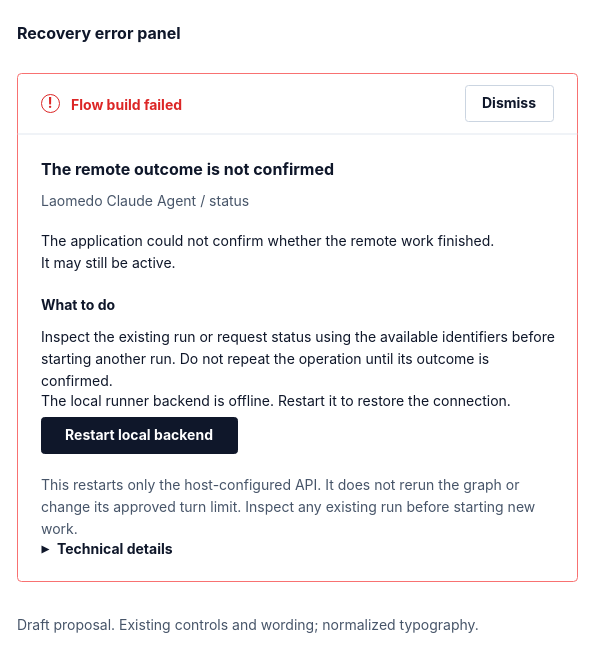
Before: page "Normalized panel" (1 of 4) of projects/laomedo/subsystems/agent-execution/design/local-runner-recovery.drawio in amadou-6e/specs, a draw.io diagram. Source tidied: cells renumbered, new cells numbered last; positions are measured from the earlier drawing's top-left corner, leaving out a move shared by most shapes. Both pictures are drawn from the tidied source at 100%, with x=0, y=0 at pixel (17, 17).
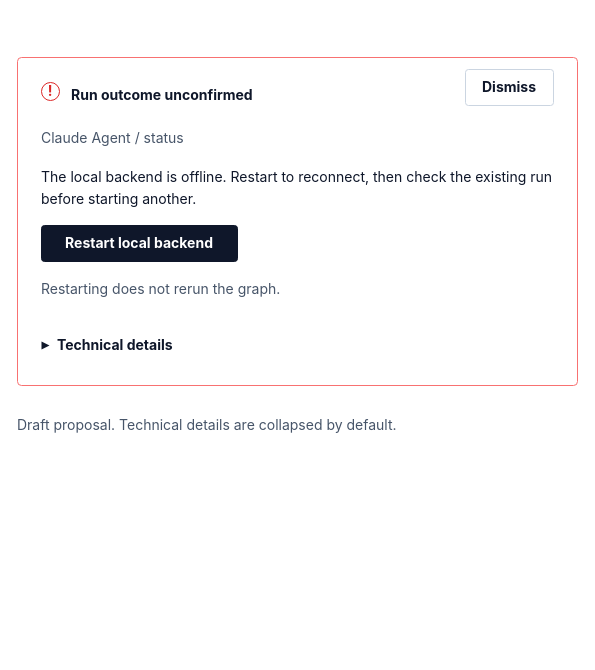
The same page after the edit.

Commit message (it also covers changes not shown here):
Streamline recovery panel copy and typography

The edit, as a diff of the source:
```diff
@@
 <mxGraphModel>
   <root>
     <mxCell id="0" />
     <mxCell id="1" parent="0" />
-    <mxCell id="2" value="&lt;div style=&quot;line-height:22px;&quot;&gt;Recovery error panel&lt;/div&gt;" style="text;fontFamily=Inter,Arial,sans-serif;fontSize=16;whiteSpace=wrap;html=1;strokeColor=none;fillColor=none;align=left;verticalAlign=top;spacing=0;fontColor=#0F172A;fontStyle=1;" parent="1" vertex="1">
-      <mxGeometry width="560" height="24" as="geometry" />
-    </mxCell>
     <mxCell id="3" style="fontFamily=Inter,Arial,sans-serif;fontSize=14;whiteSpace=wrap;html=1;rounded=1;arcSize=8;absoluteArcSize=1;fillColor=#FFFFFF;strokeColor=#F87171;strokeWidth=1;" parent="1" vertex="1">
-      <mxGeometry y="56" width="560" height="508" as="geometry" />
+      <mxGeometry y="40" width="560" height="328" as="geometry" />
     </mxCell>
     <mxCell id="4" value="!" style="ellipse;fontFamily=Inter,Arial,sans-serif;fontSize=14;whiteSpace=wrap;html=1;fillColor=#FFFFFF;strokeColor=#DC2626;fontColor=#DC2626;fontStyle=1;align=center;verticalAlign=middle;" parent="1" vertex="1">
-      <mxGeometry x="24" y="77" width="18" height="18" as="geometry" />
+      <mxGeometry x="24" y="65" width="18" height="18" as="geometry" />
     </mxCell>
-    <mxCell id="5" value="&lt;div style=&quot;line-height:22px;&quot;&gt;Flow build failed&lt;/div&gt;" style="text;fontFamily=Inter,Arial,sans-serif;fontSize=14;whiteSpace=wrap;html=1;strokeColor=none;fillColor=none;align=left;verticalAlign=top;spacing=0;fontColor=#DC2626;fontStyle=1;" parent="1" vertex="1">
-      <mxGeometry x="54" y="72" width="350" height="22" as="geometry" />
-    </mxCell>
     <mxCell id="6" value="Dismiss" style="fontFamily=Inter,Arial,sans-serif;fontSize=14;whiteSpace=wrap;html=1;rounded=1;arcSize=6;absoluteArcSize=1;fillColor=#FFFFFF;strokeColor=#CBD5E1;fontColor=#0F172A;fontStyle=1;align=center;verticalAlign=middle;spacing=8;" parent="1" vertex="1">
-      <mxGeometry x="448" y="68" width="88" height="36" as="geometry" />
+      <mxGeometry x="448" y="52" width="88" height="36" as="geometry" />
     </mxCell>
-    <mxCell id="7" style="fontFamily=Inter,Arial,sans-serif;fontSize=14;whiteSpace=wrap;html=1;fillColor=#E2E8F0;strokeColor=none;" parent="1" vertex="1">
-      <mxGeometry y="116" width="560" height="1" as="geometry" />
-    </mxCell>
-    <mxCell id="8" value="&lt;div style=&quot;line-height:22px;&quot;&gt;The remote outcome is not confirmed&lt;/div&gt;" style="text;fontFamily=Inter,Arial,sans-serif;fontSize=16;whiteSpace=wrap;html=1;strokeColor=none;fillColor=none;align=left;verticalAlign=top;spacing=0;fontColor=#0F172A;fontStyle=1;" parent="1" vertex="1">
-      <mxGeometry x="24" y="136" width="512" height="24" as="geometry" />
-    </mxCell>
-    <mxCell id="9" value="&lt;div style=&quot;line-height:22px;&quot;&gt;Laomedo Claude Agent / status&lt;/div&gt;" style="text;fontFamily=Inter,Arial,sans-serif;fontSize=14;whiteSpace=wrap;html=1;strokeColor=none;fillColor=none;align=left;verticalAlign=top;spacing=0;fontColor=#475569;fontStyle=0;" parent="1" vertex="1">
-      <mxGeometry x="24" y="168" width="512" height="24" as="geometry" />
+    <mxCell id="9" value="&lt;div style=&quot;line-height:22px;&quot;&gt;Run outcome unconfirmed&lt;/div&gt;" style="text;fontFamily=Inter,Arial,sans-serif;fontSize=14;whiteSpace=wrap;html=1;strokeColor=none;fillColor=none;align=left;verticalAlign=top;spacing=0;fontColor=#0F172A;fontStyle=1;" parent="1" vertex="1">
+      <mxGeometry x="54" y="62" width="350" height="24" as="geometry" />
     </mxCell>
-    <mxCell id="10" value="&lt;div style=&quot;line-height:22px;&quot;&gt;The application could not confirm whether the remote work finished.&lt;br&gt;It may still be active.&lt;/div&gt;" style="text;fontFamily=Inter,Arial,sans-serif;fontSize=14;whiteSpace=wrap;html=1;strokeColor=none;fillColor=none;align=left;verticalAlign=top;spacing=0;fontColor=#0F172A;fontStyle=0;" parent="1" vertex="1">
-      <mxGeometry x="24" y="208" width="512" height="48" as="geometry" />
+    <mxCell id="10" value="&lt;div style=&quot;line-height:22px;&quot;&gt;The local backend is offline. Restart to reconnect, then check the existing run before starting another.&lt;/div&gt;" style="text;fontFamily=Inter,Arial,sans-serif;fontSize=14;whiteSpace=wrap;html=1;strokeColor=none;fillColor=none;align=left;verticalAlign=top;spacing=0;fontColor=#0F172A;fontStyle=0;" parent="1" vertex="1">
+      <mxGeometry x="24" y="144" width="512" height="48" as="geometry" />
     </mxCell>
-    <mxCell id="11" value="&lt;div style=&quot;line-height:22px;&quot;&gt;What to do&lt;/div&gt;" style="text;fontFamily=Inter,Arial,sans-serif;fontSize=14;whiteSpace=wrap;html=1;strokeColor=none;fillColor=none;align=left;verticalAlign=top;spacing=0;fontColor=#0F172A;fontStyle=1;" parent="1" vertex="1">
-      <mxGeometry x="24" y="272" width="512" height="24" as="geometry" />
-    </mxCell>
-    <mxCell id="12" value="&lt;div style=&quot;line-height:22px;&quot;&gt;Inspect the existing run or request status using the available identifiers before starting another run. Do not repeat the operation until its outcome is confirmed.&lt;/div&gt;" style="text;fontFamily=Inter,Arial,sans-serif;fontSize=14;whiteSpace=wrap;html=1;strokeColor=none;fillColor=none;align=left;verticalAlign=top;spacing=0;fontColor=#0F172A;fontStyle=0;" parent="1" vertex="1">
-      <mxGeometry x="24" y="304" width="512" height="48" as="geometry" />
-    </mxCell>
-    <mxCell id="13" value="&lt;div style=&quot;line-height:22px;&quot;&gt;The local runner backend is offline. Restart it to restore the connection.&lt;/div&gt;" style="text;fontFamily=Inter,Arial,sans-serif;fontSize=14;whiteSpace=wrap;html=1;strokeColor=none;fillColor=none;align=left;verticalAlign=top;spacing=0;fontColor=#0F172A;fontStyle=0;" parent="1" vertex="1">
-      <mxGeometry x="24" y="368" width="512" height="24" as="geometry" />
-    </mxCell>
     <mxCell id="14" value="Restart local backend" style="fontFamily=Inter,Arial,sans-serif;fontSize=14;whiteSpace=wrap;html=1;rounded=1;arcSize=6;absoluteArcSize=1;fillColor=#0F172A;strokeColor=#0F172A;fontColor=#FFFFFF;fontStyle=1;align=center;verticalAlign=middle;spacing=8;" parent="1" vertex="1">
-      <mxGeometry x="24" y="400" width="196" height="36" as="geometry" />
+      <mxGeometry x="24" y="208" width="196" height="36" as="geometry" />
     </mxCell>
-    <mxCell id="15" value="&lt;div style=&quot;line-height:22px;&quot;&gt;This restarts only the host-configured API. It does not rerun the graph or change its approved turn limit. Inspect any existing run before starting new work.&lt;/div&gt;" style="text;fontFamily=Inter,Arial,sans-serif;fontSize=14;whiteSpace=wrap;html=1;strokeColor=none;fillColor=none;align=left;verticalAlign=top;spacing=0;fontColor=#475569;fontStyle=0;" parent="1" vertex="1">
-      <mxGeometry x="24" y="452" width="512" height="48" as="geometry" />
+    <mxCell id="15" value="&lt;div style=&quot;line-height:22px;&quot;&gt;Restarting does not rerun the graph.&lt;/div&gt;" style="text;fontFamily=Inter,Arial,sans-serif;fontSize=14;whiteSpace=wrap;html=1;strokeColor=none;fillColor=none;align=left;verticalAlign=top;spacing=0;fontColor=#475569;fontStyle=0;" parent="1" vertex="1">
+      <mxGeometry x="24" y="256" width="512" height="24" as="geometry" />
     </mxCell>
     <mxCell id="16" style="fontFamily=Inter,Arial,sans-serif;fontSize=14;whiteSpace=wrap;html=1;shape=triangle;direction=east;fillColor=#0F172A;strokeColor=none;" parent="1" vertex="1">
-      <mxGeometry x="24" y="528" width="8" height="8" as="geometry" />
+      <mxGeometry x="24" y="324" width="8" height="8" as="geometry" />
     </mxCell>
     <mxCell id="17" value="&lt;div style=&quot;line-height:22px;&quot;&gt;Technical details&lt;/div&gt;" style="text;fontFamily=Inter,Arial,sans-serif;fontSize=14;whiteSpace=wrap;html=1;strokeColor=none;fillColor=none;align=left;verticalAlign=top;spacing=0;fontColor=#0F172A;fontStyle=1;" parent="1" vertex="1">
-      <mxGeometry x="40" y="516" width="496" height="24" as="geometry" />
+      <mxGeometry x="40" y="312" width="496" height="24" as="geometry" />
     </mxCell>
-    <mxCell id="18" value="&lt;div style=&quot;line-height:22px;&quot;&gt;Draft proposal. Existing controls and wording; normalized typography.&lt;/div&gt;" style="text;fontFamily=Inter,Arial,sans-serif;fontSize=14;whiteSpace=wrap;html=1;strokeColor=none;fillColor=none;align=left;verticalAlign=top;spacing=0;fontColor=#475569;fontStyle=0;" parent="1" vertex="1">
-      <mxGeometry y="592" width="560" height="44" as="geometry" />
+    <mxCell id="18" value="&lt;div style=&quot;line-height:22px;&quot;&gt;Draft proposal. Technical details are collapsed by default.&lt;/div&gt;" style="text;fontFamily=Inter,Arial,sans-serif;fontSize=14;whiteSpace=wrap;html=1;strokeColor=none;fillColor=none;align=left;verticalAlign=top;spacing=0;fontColor=#475569;fontStyle=0;" parent="1" vertex="1">
+      <mxGeometry y="392" width="560" height="44" as="geometry" />
     </mxCell>
+    <mxCell id="19" value="Claude Agent / status" style="text;fontFamily=Inter,Arial,sans-serif;fontSize=14;whiteSpace=wrap;html=1;strokeColor=none;fillColor=none;align=left;verticalAlign=top;spacing=0;fontColor=#475569;fontStyle=0;" parent="1" vertex="1">
+      <mxGeometry x="24" y="108" width="512" height="24" as="geometry" />
+    </mxCell>
   </root>
 </mxGraphModel>
```
